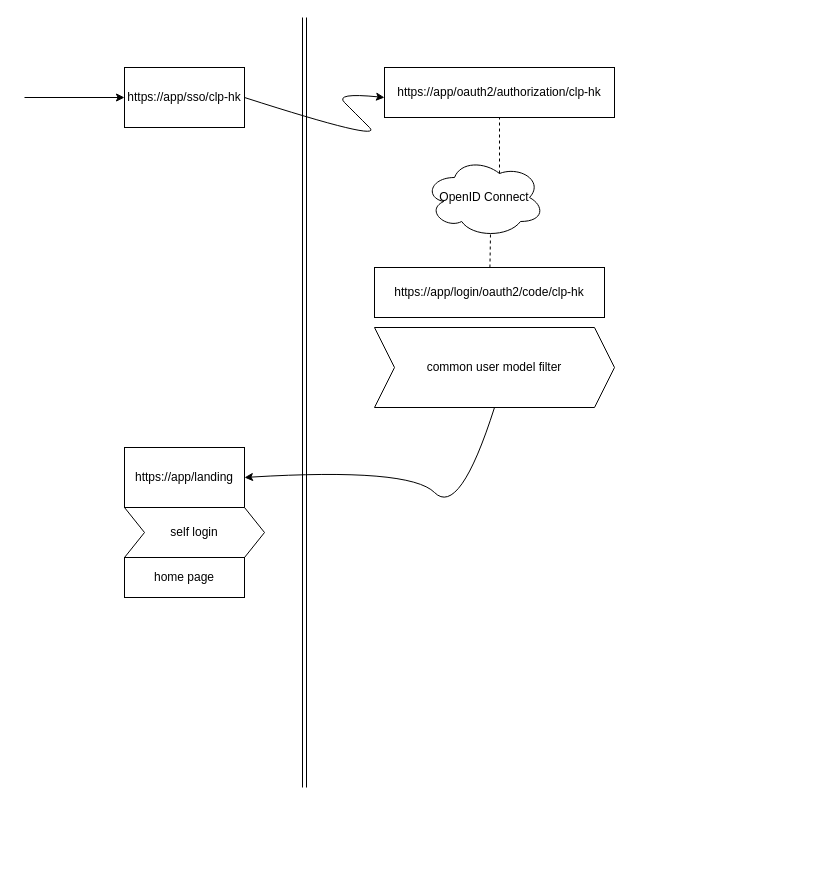
mingisme/cube keeps this draw.io diagram as ssoplugin.drawio. Above is the earlier version. Source tidied: cells renumbered, new cells numbered last; positions are measured from the earlier drawing's top-left corner, leaving out a move shared by most shapes. Both pictures are drawn from the tidied source at 100%, with x=0, y=0 at pixel (24, 17).
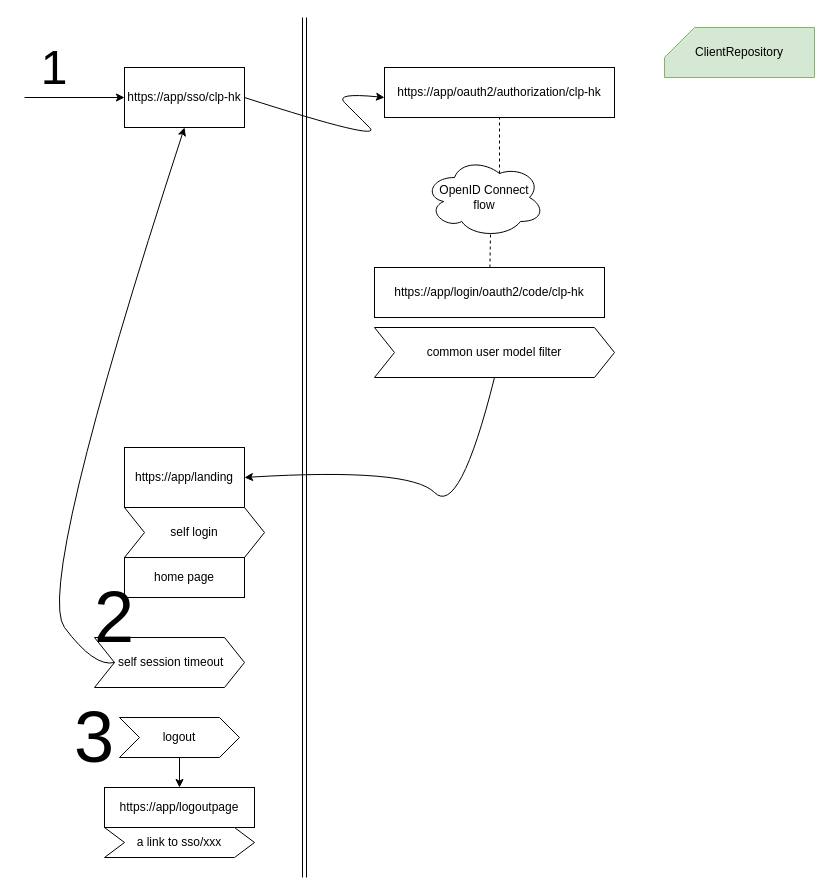
After the change.

Unchanged cells that the change refers to:
```xml
<mxCell id="2" value="https://app/sso/clp-hk" style="rounded=0;whiteSpace=wrap;html=1;" parent="1" vertex="1">
  <mxGeometry x="100" y="50" width="120" height="60" as="geometry" />
</mxCell>
```

Diff of the diagram source:
```diff
@@
-    <mxCell id="6" value="OpenID Connect" style="ellipse;shape=cloud;whiteSpace=wrap;html=1;" parent="1" vertex="1">
+    <mxCell id="6" value="OpenID Connect&lt;br&gt;flow" style="ellipse;shape=cloud;whiteSpace=wrap;html=1;" parent="1" vertex="1">
       <mxGeometry x="400" y="140" width="120" height="80" as="geometry" />
     </mxCell>
@@
     <mxCell id="10" value="common user model filter" style="shape=step;perimeter=stepPerimeter;whiteSpace=wrap;html=1;fixedSize=1;" parent="1" vertex="1">
-      <mxGeometry x="350" y="310" width="240" height="80" as="geometry" />
+      <mxGeometry x="350" y="310" width="240" height="50" as="geometry" />
     </mxCell>
@@
     <mxCell id="13" style="shape=link;html=1;" parent="1" edge="1">
       <mxGeometry relative="1" as="geometry">
-        <mxPoint x="280" y="770" as="sourcePoint" />
+        <mxPoint x="280" y="860" as="sourcePoint" />
         <mxPoint x="280" as="targetPoint" />
       </mxGeometry>
     </mxCell>
@@
+    <mxCell id="16" value="&amp;nbsp;self session timeout" style="shape=step;perimeter=stepPerimeter;whiteSpace=wrap;html=1;fixedSize=1;" parent="1" vertex="1">
+      <mxGeometry x="70" y="620" width="150" height="50" as="geometry" />
+    </mxCell>
+    <mxCell id="17" style="curved=1;endArrow=classic;html=1;exitX=0;exitY=0.5;exitDx=0;exitDy=0;entryX=0.5;entryY=1;entryDx=0;entryDy=0;" parent="1" edge="1" source="16" target="2">
+      <mxGeometry relative="1" as="geometry">
+        <Array as="points">
+          <mxPoint x="70" y="650" />
+          <mxPoint x="10" y="570" />
+        </Array>
+      </mxGeometry>
+    </mxCell>
+    <mxCell id="18" value="logout" style="shape=step;perimeter=stepPerimeter;whiteSpace=wrap;html=1;fixedSize=1;" parent="1" vertex="1">
+      <mxGeometry x="95" y="700" width="120" height="40" as="geometry" />
+    </mxCell>
+    <mxCell id="19" value="https://app/logoutpage" style="rounded=0;whiteSpace=wrap;html=1;" parent="1" vertex="1">
+      <mxGeometry x="80" y="770" width="150" height="40" as="geometry" />
+    </mxCell>
+    <mxCell id="20" style="endArrow=classic;html=1;entryX=0.5;entryY=0;entryDx=0;entryDy=0;" parent="1" edge="1" source="18" target="19">
+      <mxGeometry relative="1" as="geometry" />
+    </mxCell>
+    <mxCell id="21" value="a link to sso/xxx" style="shape=step;perimeter=stepPerimeter;whiteSpace=wrap;html=1;fixedSize=1;" parent="1" vertex="1">
+      <mxGeometry x="80" y="810" width="150" height="30" as="geometry" />
+    </mxCell>
+    <mxCell id="22" value="&lt;font style=&quot;font-size: 48px&quot;&gt;1&lt;/font&gt;" style="text;html=1;strokeColor=none;fillColor=none;align=center;verticalAlign=middle;whiteSpace=wrap;rounded=0;" parent="1" vertex="1">
+      <mxGeometry x="10" y="40" width="40" height="20" as="geometry" />
+    </mxCell>
+    <mxCell id="23" value="&lt;font style=&quot;font-size: 72px&quot;&gt;2&lt;/font&gt;" style="text;html=1;strokeColor=none;fillColor=none;align=center;verticalAlign=middle;whiteSpace=wrap;rounded=0;" parent="1" vertex="1">
+      <mxGeometry x="70" y="590" width="40" height="20" as="geometry" />
+    </mxCell>
+    <mxCell id="24" value="&lt;font style=&quot;font-size: 72px&quot;&gt;3&lt;/font&gt;" style="text;html=1;strokeColor=none;fillColor=none;align=center;verticalAlign=middle;whiteSpace=wrap;rounded=0;" parent="1" vertex="1">
+      <mxGeometry x="50" y="710" width="40" height="20" as="geometry" />
+    </mxCell>
+    <mxCell id="25" value="ClientRepository" style="shape=card;whiteSpace=wrap;html=1;align=center;fillColor=#d5e8d4;strokeColor=#82b366;" parent="1" vertex="1">
+      <mxGeometry x="640" y="10" width="150" height="50" as="geometry" />
+    </mxCell>
```
